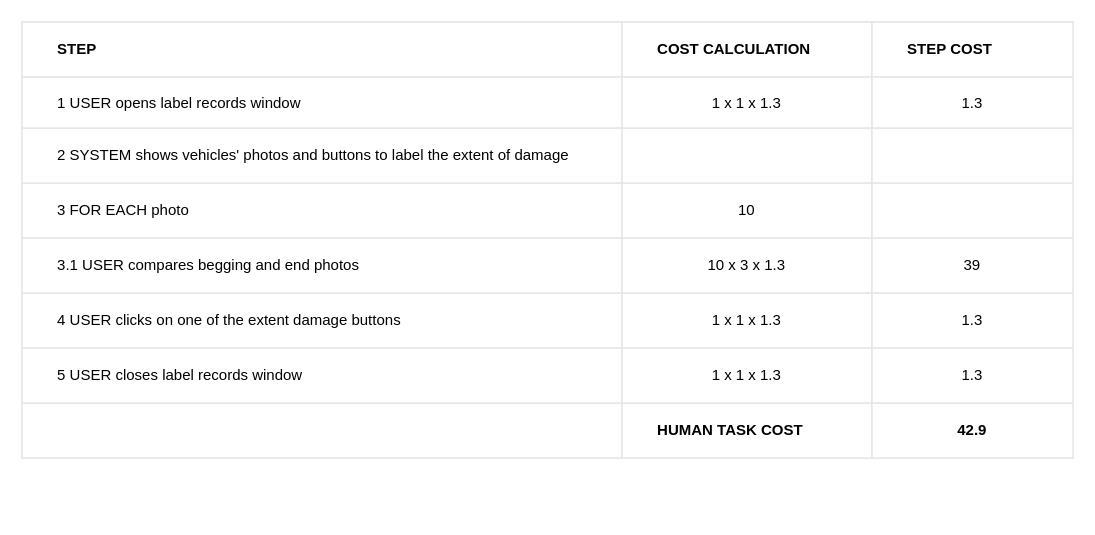
BaffoBello14/AutomaticDamagesRecognition keeps this draw.io diagram as label records (Bello)/label_records_table.drawio. Above is the earlier version. Source tidied: cells renumbered, new cells numbered last; positions are measured from the earlier drawing's top-left corner, leaving out a move shared by most shapes. Both pictures are drawn from the tidied source at 125%, with x=0, y=0 at pixel (21, 21).
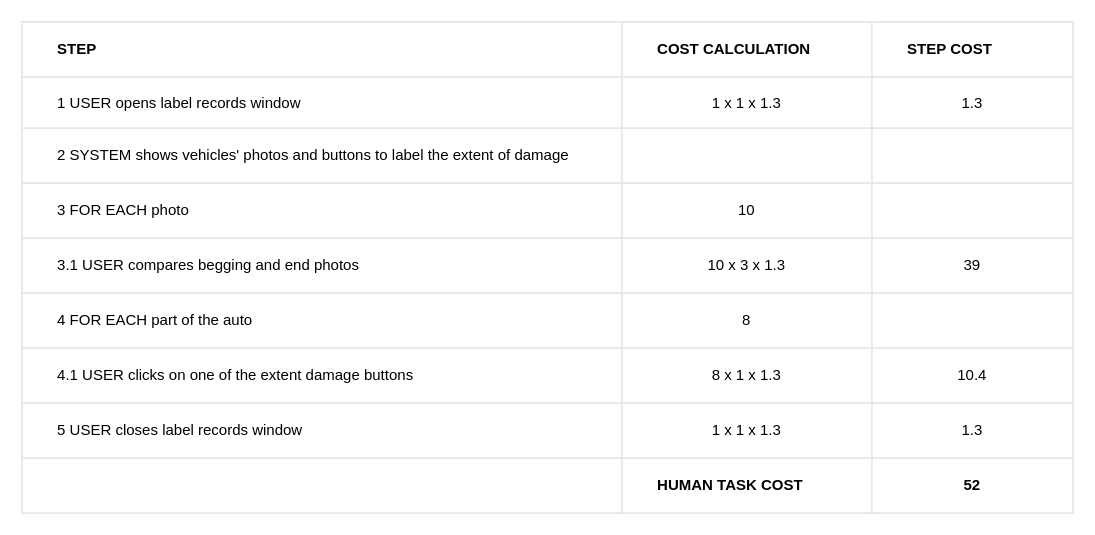
The same page after the edit.

Commit message (it also covers changes not shown here):
sistemati mockup e tabella label records

Unchanged cells that the change refers to:
```xml
<mxCell id="23" style="shape=tableRow;horizontal=0;startSize=0;swimlaneHead=0;swimlaneBody=0;top=0;left=0;bottom=0;right=0;fontStyle=0;fillColor=none;strokeColor=inherit;" parent="2" vertex="1">
  <mxGeometry y="217" width="841" height="44" as="geometry" />
</mxCell>
```

The edit, as a diff of the source:
```diff
@@
     <mxCell id="2" style="childLayout=tableLayout;shadow=0;strokeColor=#E6E6E6;align=center;" parent="1" vertex="1">
-      <mxGeometry width="841" height="349" as="geometry" />
+      <mxGeometry width="841" height="393" as="geometry" />
     </mxCell>
@@
-    <mxCell id="24" value="&lt;span style=&quot;&quot;&gt;&lt;span style=&quot;&quot;&gt;&lt;span style=&quot;white-space: pre;&quot;&gt;&#9;&lt;/span&gt;4&lt;/span&gt;&lt;/span&gt;&amp;nbsp;USER clicks on one of the extent damage buttons" style="strokeColor=inherit;fillColor=none;align=left;whiteSpace=wrap;html=1;" parent="23" vertex="1">
+    <mxCell id="24" value="&lt;span style=&quot;&quot;&gt;&lt;span style=&quot;&quot;&gt;&lt;span style=&quot;white-space: pre;&quot;&gt;&#9;&lt;/span&gt;4 FOR EACH part of the auto&lt;/span&gt;&lt;/span&gt;" style="strokeColor=inherit;fillColor=none;align=left;whiteSpace=wrap;html=1;" parent="23" vertex="1">
       <mxGeometry width="480" height="44" as="geometry" />
     </mxCell>
-    <mxCell id="25" value="1 x 1 x 1.3" style="strokeColor=inherit;fillColor=none;align=center;whiteSpace=wrap;html=1;" parent="23" vertex="1">
+    <mxCell id="25" value="8" style="strokeColor=inherit;fillColor=none;align=center;whiteSpace=wrap;html=1;" parent="23" vertex="1">
       <mxGeometry x="480" width="200" height="44" as="geometry" />
     </mxCell>
-    <mxCell id="26" value="1.3" style="strokeColor=inherit;fillColor=none;align=center;whiteSpace=wrap;html=1;" parent="23" vertex="1">
+    <mxCell id="26" style="strokeColor=inherit;fillColor=none;align=center;whiteSpace=wrap;html=1;" parent="23" vertex="1">
       <mxGeometry x="680" width="161" height="44" as="geometry" />
     </mxCell>
+    <mxCell id="35" style="shape=tableRow;horizontal=0;startSize=0;swimlaneHead=0;swimlaneBody=0;top=0;left=0;bottom=0;right=0;fontStyle=0;fillColor=none;strokeColor=inherit;" parent="2" vertex="1">
+      <mxGeometry y="261" width="841" height="44" as="geometry" />
+    </mxCell>
+    <mxCell id="36" value="&lt;span style=&quot;&quot;&gt;&#9;&lt;/span&gt;&lt;span style=&quot;white-space: pre;&quot;&gt;&#9;&lt;/span&gt;4.1 USER clicks on one of the extent damage buttons" style="strokeColor=inherit;fillColor=none;align=left;whiteSpace=wrap;html=1;" parent="35" vertex="1">
+      <mxGeometry width="480" height="44" as="geometry" />
+    </mxCell>
+    <mxCell id="37" value="8 x 1 x 1.3" style="strokeColor=inherit;fillColor=none;align=center;whiteSpace=wrap;html=1;" parent="35" vertex="1">
+      <mxGeometry x="480" width="200" height="44" as="geometry" />
+    </mxCell>
+    <mxCell id="38" value="10.4" style="strokeColor=inherit;fillColor=none;align=center;whiteSpace=wrap;html=1;" parent="35" vertex="1">
+      <mxGeometry x="680" width="161" height="44" as="geometry" />
+    </mxCell>
     <mxCell id="27" style="shape=tableRow;horizontal=0;startSize=0;swimlaneHead=0;swimlaneBody=0;top=0;left=0;bottom=0;right=0;fontStyle=0;fillColor=none;strokeColor=inherit;" parent="2" vertex="1">
-      <mxGeometry y="261" width="841" height="44" as="geometry" />
+      <mxGeometry y="305" width="841" height="44" as="geometry" />
     </mxCell>
@@
     <mxCell id="31" style="shape=tableRow;horizontal=0;startSize=0;swimlaneHead=0;swimlaneBody=0;top=0;left=0;bottom=0;right=0;fontStyle=0;fillColor=none;strokeColor=inherit;" parent="2" vertex="1">
-      <mxGeometry y="305" width="841" height="44" as="geometry" />
+      <mxGeometry y="349" width="841" height="44" as="geometry" />
     </mxCell>
@@
-    <mxCell id="34" value="&lt;b&gt;42.9&lt;/b&gt;" style="strokeColor=inherit;fillColor=none;align=center;whiteSpace=wrap;html=1;" parent="31" vertex="1">
+    <mxCell id="34" value="&lt;b&gt;52&lt;/b&gt;" style="strokeColor=inherit;fillColor=none;align=center;whiteSpace=wrap;html=1;" parent="31" vertex="1">
       <mxGeometry x="680" width="161" height="44" as="geometry" />
     </mxCell>
```
